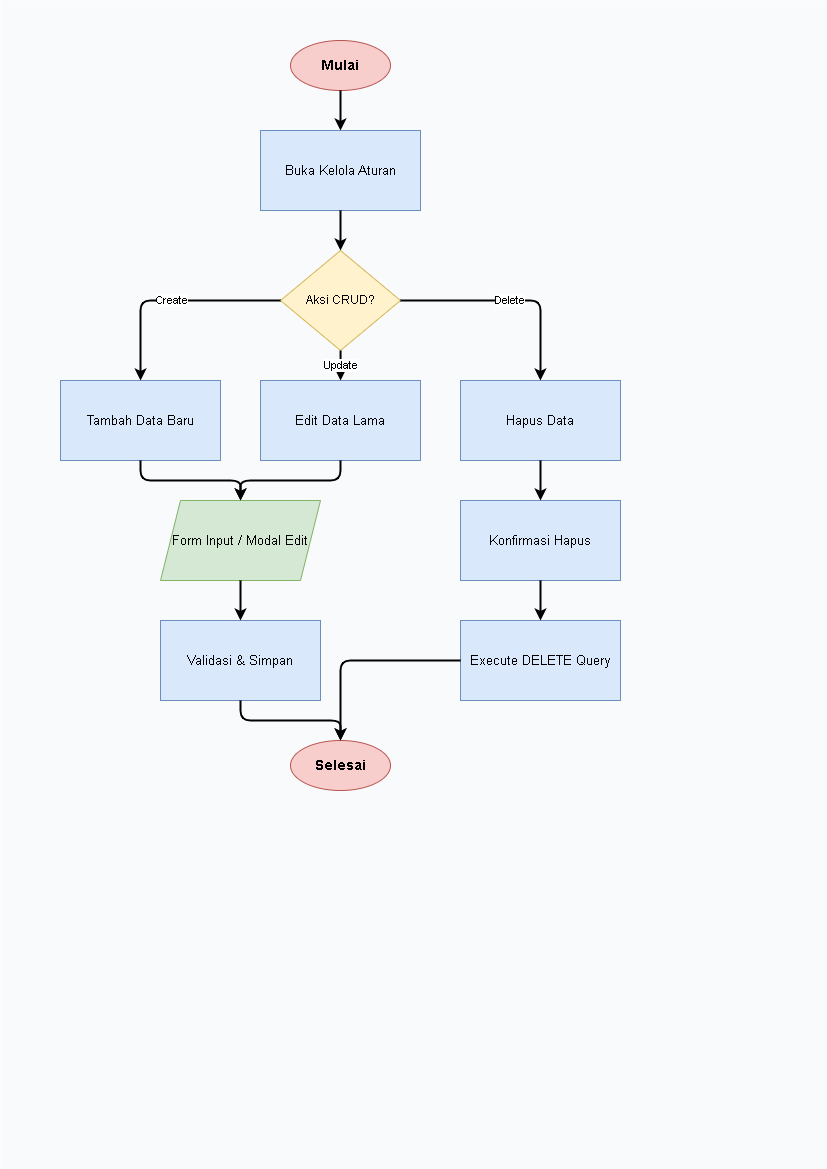
Earlier version of the draw.io export diagram/flowchart/admin_aturan.png (Jinsky/Jinsky). Source tidied: cells renumbered, new cells last; positions are measured from the earlier drawing's top-left corner, leaving out a move shared by most shapes.
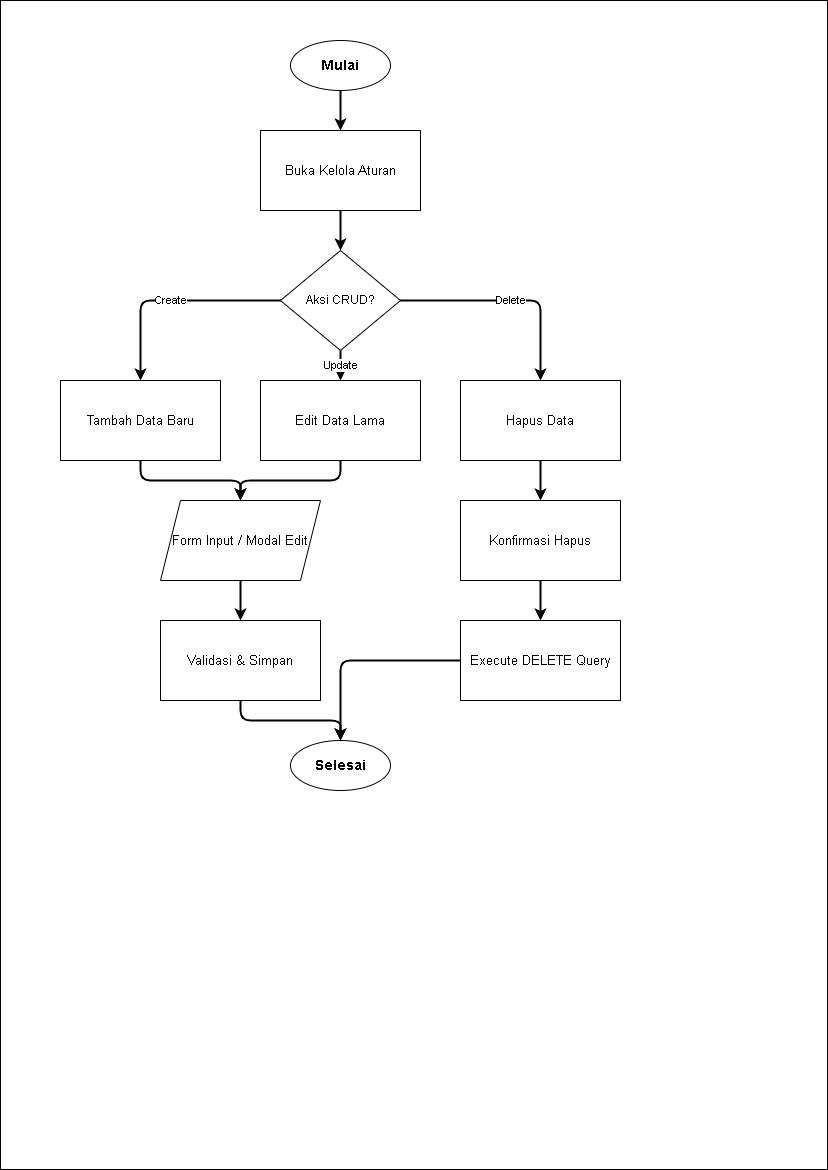
After the change.

The edit, as a diff of the source:
```diff
@@ -2,40 +2,40 @@
   <root>
     <mxCell id="0" />
     <mxCell id="1" parent="0" />
-    <mxCell id="2" style="rounded=0;whiteSpace=wrap;html=1;fillColor=#f8fafc;strokeColor=none;" parent="1" vertex="1">
+    <mxCell id="2" style="rounded=0;whiteSpace=wrap;html=1;" parent="1" vertex="1">
       <mxGeometry width="827" height="1169" as="geometry" />
     </mxCell>
-    <mxCell id="3" value="Mulai" style="ellipse;whiteSpace=wrap;html=1;fillColor=#f8cecc;strokeColor=#b85450;fontStyle=1;fontSize=14;" parent="1" vertex="1">
+    <mxCell id="3" value="Mulai" style="ellipse;whiteSpace=wrap;html=1;fontStyle=1;fontSize=14;" parent="1" vertex="1">
       <mxGeometry x="290" y="40" width="100" height="50" as="geometry" />
     </mxCell>
-    <mxCell id="4" value="Buka Kelola Aturan" style="rounded=0;whiteSpace=wrap;html=1;fillColor=#dae8fc;strokeColor=#6c8ebf;fontSize=13;" parent="1" vertex="1">
+    <mxCell id="4" value="Buka Kelola Aturan" style="rounded=0;whiteSpace=wrap;html=1;fontSize=13;" parent="1" vertex="1">
       <mxGeometry x="260" y="130" width="160" height="80" as="geometry" />
     </mxCell>
-    <mxCell id="5" value="Aksi CRUD?" style="rhombus;whiteSpace=wrap;html=1;fillColor=#fff2cc;strokeColor=#d6b656;fontSize=12;" parent="1" vertex="1">
+    <mxCell id="5" value="Aksi CRUD?" style="rhombus;whiteSpace=wrap;html=1;fontSize=12;" parent="1" vertex="1">
       <mxGeometry x="280" y="250" width="120" height="100" as="geometry" />
     </mxCell>
-    <mxCell id="6" value="Tambah Data Baru" style="rounded=0;whiteSpace=wrap;html=1;fillColor=#dae8fc;strokeColor=#6c8ebf;fontSize=13;" parent="1" vertex="1">
+    <mxCell id="6" value="Tambah Data Baru" style="rounded=0;whiteSpace=wrap;html=1;fontSize=13;" parent="1" vertex="1">
       <mxGeometry x="60" y="380" width="160" height="80" as="geometry" />
     </mxCell>
-    <mxCell id="7" value="Edit Data Lama" style="rounded=0;whiteSpace=wrap;html=1;fillColor=#dae8fc;strokeColor=#6c8ebf;fontSize=13;" parent="1" vertex="1">
+    <mxCell id="7" value="Edit Data Lama" style="rounded=0;whiteSpace=wrap;html=1;fontSize=13;" parent="1" vertex="1">
       <mxGeometry x="260" y="380" width="160" height="80" as="geometry" />
     </mxCell>
-    <mxCell id="8" value="Hapus Data" style="rounded=0;whiteSpace=wrap;html=1;fillColor=#dae8fc;strokeColor=#6c8ebf;fontSize=13;" parent="1" vertex="1">
+    <mxCell id="8" value="Hapus Data" style="rounded=0;whiteSpace=wrap;html=1;fontSize=13;" parent="1" vertex="1">
       <mxGeometry x="460" y="380" width="160" height="80" as="geometry" />
     </mxCell>
-    <mxCell id="9" value="Form Input / Modal Edit" style="shape=parallelogram;perimeter=parallelogramPerimeter;whiteSpace=wrap;html=1;fixedSize=1;fillColor=#d5e8d4;strokeColor=#82b366;fontSize=13;" parent="1" vertex="1">
+    <mxCell id="9" value="Form Input / Modal Edit" style="shape=parallelogram;perimeter=parallelogramPerimeter;whiteSpace=wrap;html=1;fixedSize=1;fontSize=13;" parent="1" vertex="1">
       <mxGeometry x="160" y="500" width="160" height="80" as="geometry" />
     </mxCell>
-    <mxCell id="10" value="Validasi &amp; Simpan" style="rounded=0;whiteSpace=wrap;html=1;fillColor=#dae8fc;strokeColor=#6c8ebf;fontSize=13;" parent="1" vertex="1">
+    <mxCell id="10" value="Validasi &amp; Simpan" style="rounded=0;whiteSpace=wrap;html=1;fontSize=13;" parent="1" vertex="1">
       <mxGeometry x="160" y="620" width="160" height="80" as="geometry" />
     </mxCell>
-    <mxCell id="11" value="Konfirmasi Hapus" style="rounded=0;whiteSpace=wrap;html=1;fillColor=#dae8fc;strokeColor=#6c8ebf;fontSize=13;" parent="1" vertex="1">
+    <mxCell id="11" value="Konfirmasi Hapus" style="rounded=0;whiteSpace=wrap;html=1;fontSize=13;" parent="1" vertex="1">
       <mxGeometry x="460" y="500" width="160" height="80" as="geometry" />
     </mxCell>
-    <mxCell id="12" value="Execute DELETE Query" style="rounded=0;whiteSpace=wrap;html=1;fillColor=#dae8fc;strokeColor=#6c8ebf;fontSize=13;" parent="1" vertex="1">
+    <mxCell id="12" value="Execute DELETE Query" style="rounded=0;whiteSpace=wrap;html=1;fontSize=13;" parent="1" vertex="1">
       <mxGeometry x="460" y="620" width="160" height="80" as="geometry" />
     </mxCell>
-    <mxCell id="13" value="Selesai" style="ellipse;whiteSpace=wrap;html=1;fillColor=#f8cecc;strokeColor=#b85450;fontStyle=1;fontSize=14;" parent="1" vertex="1">
+    <mxCell id="13" value="Selesai" style="ellipse;whiteSpace=wrap;html=1;fontStyle=1;fontSize=14;" parent="1" vertex="1">
       <mxGeometry x="290" y="740" width="100" height="50" as="geometry" />
     </mxCell>
     <mxCell id="14" style="edgeStyle=orthogonalEdgeStyle;rounded=1;jettySize=auto;html=1;strokeWidth=2;fontSize=11;" parent="1" edge="1" source="3" target="4">
```
